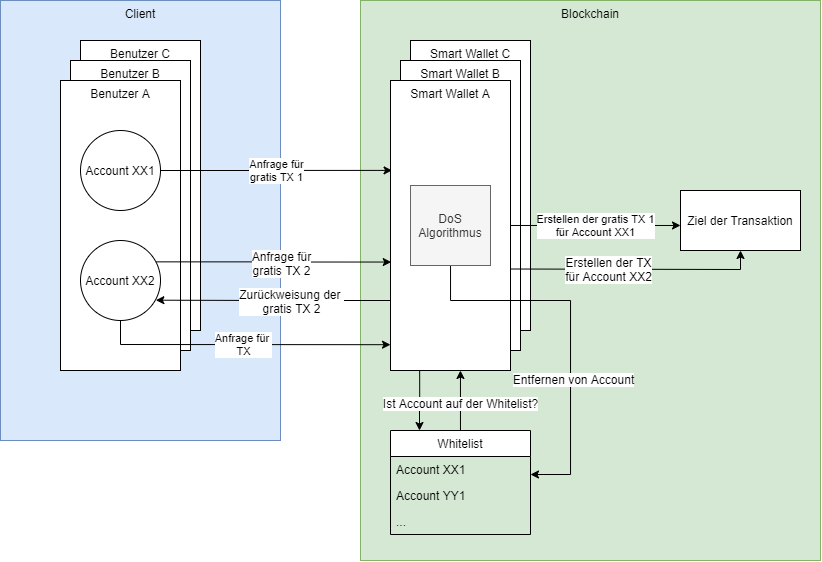
Earlier version of the draw.io export Report/images/solution1_v2.png (Geryones/BlockChain_TransactionManager). Source tidied: cells renumbered, new cells last; positions are measured from the earlier drawing's top-left corner, leaving out a move shared by most shapes.
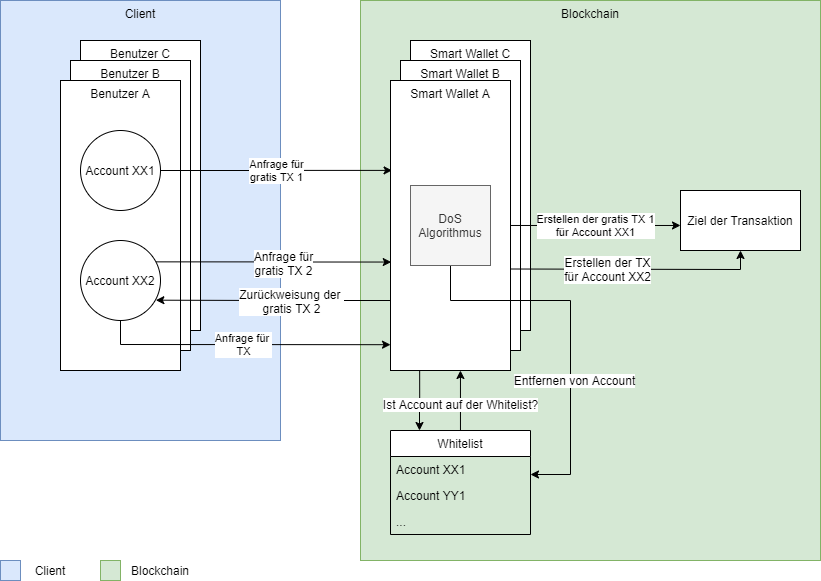
After the change.

The edit, as a diff of the source:
```diff
@@ -115,5 +115,17 @@
     <mxCell id="31" value="Erstellen der TX&lt;br&gt;für Account XX2" style="text;html=1;align=center;verticalAlign=middle;labelBackgroundColor=#ffffff;" parent="30" vertex="1">
       <mxGeometry x="-0.22" relative="1" as="geometry" />
     </mxCell>
+    <mxCell id="32" style="rounded=0;whiteSpace=wrap;html=1;fillColor=#dae8fc;strokeColor=#6c8ebf;" parent="1" vertex="1">
+      <mxGeometry y="560" width="20" height="20" as="geometry" />
+    </mxCell>
+    <mxCell id="33" value="Client" style="text;html=1;strokeColor=none;fillColor=none;align=center;verticalAlign=middle;whiteSpace=wrap;rounded=0;" parent="1" vertex="1">
+      <mxGeometry x="30" y="560" width="40" height="20" as="geometry" />
+    </mxCell>
+    <mxCell id="34" style="rounded=0;whiteSpace=wrap;html=1;fillColor=#d5e8d4;strokeColor=#82b366;" parent="1" vertex="1">
+      <mxGeometry x="100" y="560" width="20" height="20" as="geometry" />
+    </mxCell>
+    <mxCell id="35" value="Blockchain" style="text;html=1;align=center;verticalAlign=middle;whiteSpace=wrap;rounded=0;" parent="1" vertex="1">
+      <mxGeometry x="140" y="560" width="40" height="20" as="geometry" />
+    </mxCell>
   </root>
 </mxGraphModel>
```
